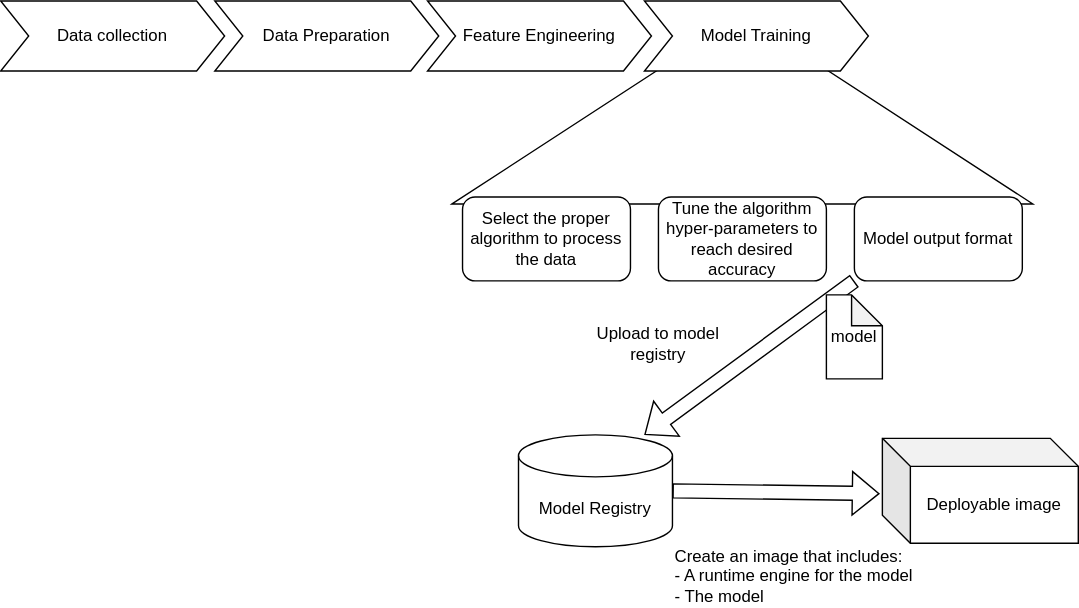
Earlier version of the draw.io export modules/chapter1/images/ml_workflow.drawio.svg (RedHatQuickCourses/rhods-deploy). Source tidied: cells renumbered, new cells last; positions are measured from the earlier drawing's top-left corner, leaving out a move shared by most shapes. The source it was exported from:
```xml
<mxGraphModel>
  <root>
    <mxCell id="0" />
    <mxCell id="1" parent="0" />
    <mxCell id="2" style="triangle;whiteSpace=wrap;html=1;rotation=-90;" parent="1" vertex="1">
      <mxGeometry x="462.5" width="135" height="415" as="geometry" />
    </mxCell>
    <mxCell id="3" value="Data collection" style="shape=step;perimeter=stepPerimeter;whiteSpace=wrap;html=1;fixedSize=1;" parent="1" vertex="1">
      <mxGeometry y="130" width="160" height="50" as="geometry" />
    </mxCell>
    <mxCell id="4" value="Data Preparation" style="shape=step;perimeter=stepPerimeter;whiteSpace=wrap;html=1;fixedSize=1;" parent="1" vertex="1">
      <mxGeometry x="153" y="130" width="160" height="50" as="geometry" />
    </mxCell>
    <mxCell id="5" value="Feature Engineering" style="shape=step;perimeter=stepPerimeter;whiteSpace=wrap;html=1;fixedSize=1;" parent="1" vertex="1">
      <mxGeometry x="305" y="130" width="160" height="50" as="geometry" />
    </mxCell>
    <mxCell id="6" value="Model Training" style="shape=step;perimeter=stepPerimeter;whiteSpace=wrap;html=1;fixedSize=1;" parent="1" vertex="1">
      <mxGeometry x="460" y="130" width="160" height="50" as="geometry" />
    </mxCell>
    <mxCell id="7" value="Select the proper algorithm to process the data" style="rounded=1;whiteSpace=wrap;html=1;" parent="1" vertex="1">
      <mxGeometry x="330" y="270" width="120" height="60" as="geometry" />
    </mxCell>
    <mxCell id="8" value="Tune the algorithm hyper-parameters to reach desired accuracy" style="rounded=1;whiteSpace=wrap;html=1;" parent="1" vertex="1">
      <mxGeometry x="470" y="270" width="120" height="60" as="geometry" />
    </mxCell>
    <mxCell id="9" value="Model output format" style="rounded=1;whiteSpace=wrap;html=1;" parent="1" vertex="1">
      <mxGeometry x="610" y="270" width="120" height="60" as="geometry" />
    </mxCell>
    <mxCell id="10" value="Model Registry" style="shape=cylinder3;whiteSpace=wrap;html=1;boundedLbl=1;backgroundOutline=1;size=15;" parent="1" vertex="1">
      <mxGeometry x="370" y="440" width="110" height="80" as="geometry" />
    </mxCell>
    <mxCell id="11" value="Deployable image" style="shape=cube;whiteSpace=wrap;html=1;boundedLbl=1;backgroundOutline=1;darkOpacity=0.05;darkOpacity2=0.1;" parent="1" vertex="1">
      <mxGeometry x="630" y="442.5" width="140" height="75" as="geometry" />
    </mxCell>
    <mxCell id="12" style="shape=flexArrow;endArrow=classic;html=1;rounded=0;" parent="1" edge="1">
      <mxGeometry relative="1" as="geometry">
        <mxPoint x="610" y="330" as="sourcePoint" />
        <mxPoint x="460" y="440" as="targetPoint" />
      </mxGeometry>
    </mxCell>
    <mxCell id="13" value="Upload to model registry" style="text;html=1;strokeColor=none;fillColor=none;align=center;verticalAlign=middle;whiteSpace=wrap;rounded=0;" parent="1" vertex="1">
      <mxGeometry x="420" y="360" width="100" height="30" as="geometry" />
    </mxCell>
    <mxCell id="14" style="shape=flexArrow;endArrow=classic;html=1;rounded=0;entryX=-0.014;entryY=0.527;entryDx=0;entryDy=0;entryPerimeter=0;" parent="1" edge="1" target="11">
      <mxGeometry relative="1" as="geometry">
        <mxPoint x="480" y="480" as="sourcePoint" />
      </mxGeometry>
    </mxCell>
    <mxCell id="15" value="Create an image that includes:&lt;br&gt;- A runtime engine for the model&lt;br&gt;- The model" style="text;html=1;strokeColor=none;fillColor=none;align=left;verticalAlign=middle;whiteSpace=wrap;rounded=0;" parent="1" vertex="1">
      <mxGeometry x="480" y="520" width="190" height="42.5" as="geometry" />
    </mxCell>
    <mxCell id="16" value="model" style="shape=note;whiteSpace=wrap;html=1;backgroundOutline=1;darkOpacity=0.05;size=22;" parent="1" vertex="1">
      <mxGeometry x="590" y="340" width="40" height="60" as="geometry" />
    </mxCell>
  </root>
</mxGraphModel>
```
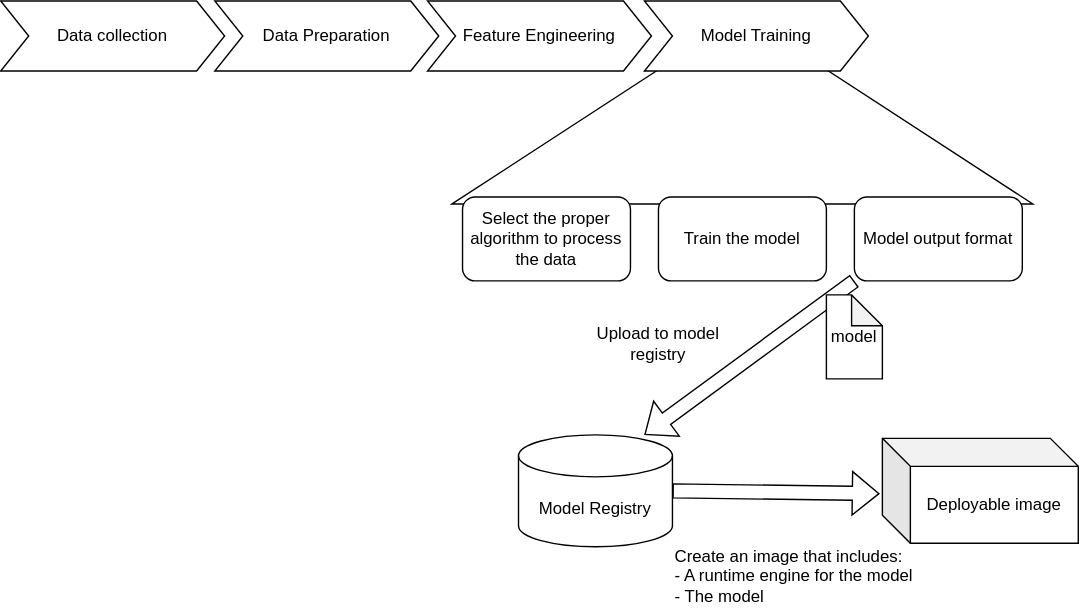
The same diagram one commit later.

Commit message:
Refactor to remove hyper parameter tunning from image

Diff of the diagram source:
```diff
@@ -20,7 +20,7 @@
     <mxCell id="7" value="Select the proper algorithm to process the data" style="rounded=1;whiteSpace=wrap;html=1;" parent="1" vertex="1">
       <mxGeometry x="330" y="270" width="120" height="60" as="geometry" />
     </mxCell>
-    <mxCell id="8" value="Tune the algorithm hyper-parameters to reach desired accuracy" style="rounded=1;whiteSpace=wrap;html=1;" parent="1" vertex="1">
+    <mxCell id="8" value="Train the model" style="rounded=1;whiteSpace=wrap;html=1;" parent="1" vertex="1">
       <mxGeometry x="470" y="270" width="120" height="60" as="geometry" />
     </mxCell>
     <mxCell id="9" value="Model output format" style="rounded=1;whiteSpace=wrap;html=1;" parent="1" vertex="1">
```
